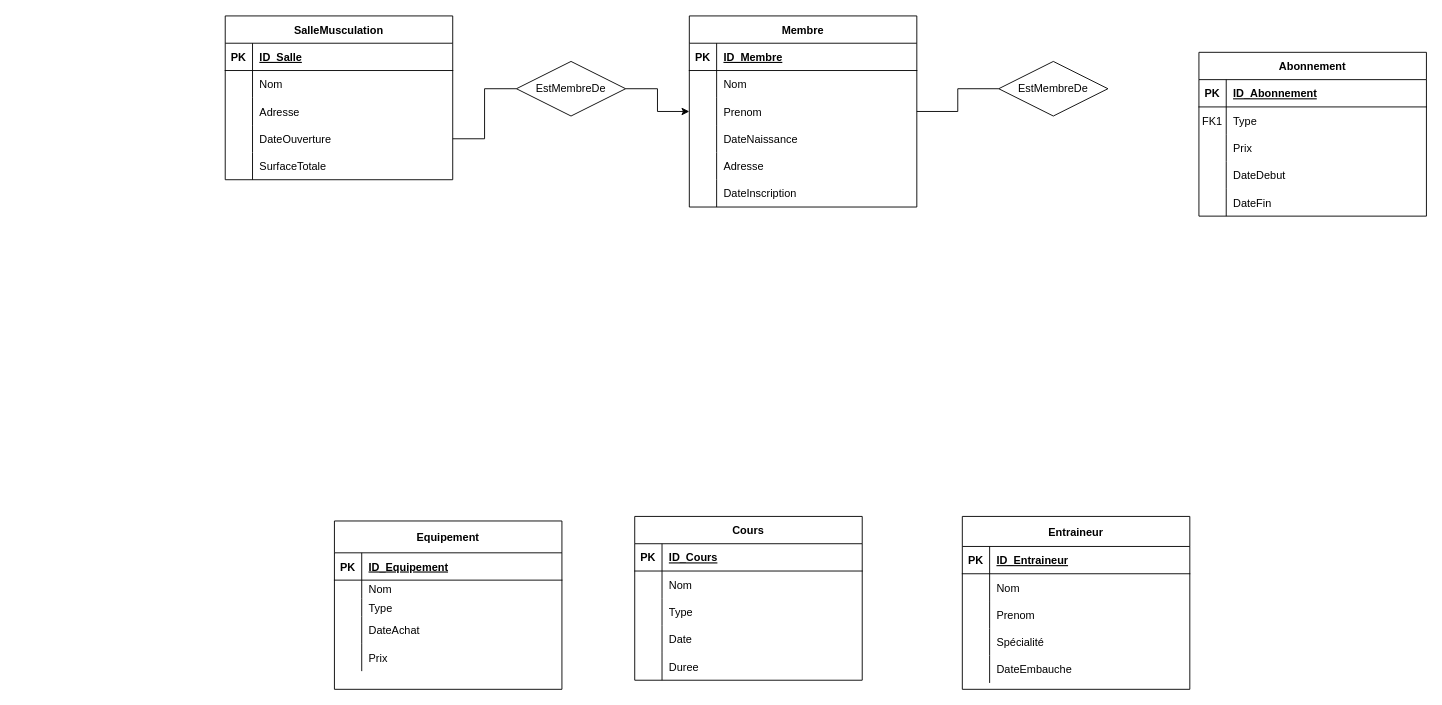
This is SchémaE/R.drawio from uvsqNathanAmoussou/SalleDeMuscuBDD, a draw.io file, before an edit. Source tidied: cells renumbered, new cells numbered last; positions are measured from the earlier drawing's top-left corner, leaving out a move shared by most shapes. Both pictures are drawn from the tidied source at 91%, with x=0, y=0 at pixel (225, 15).
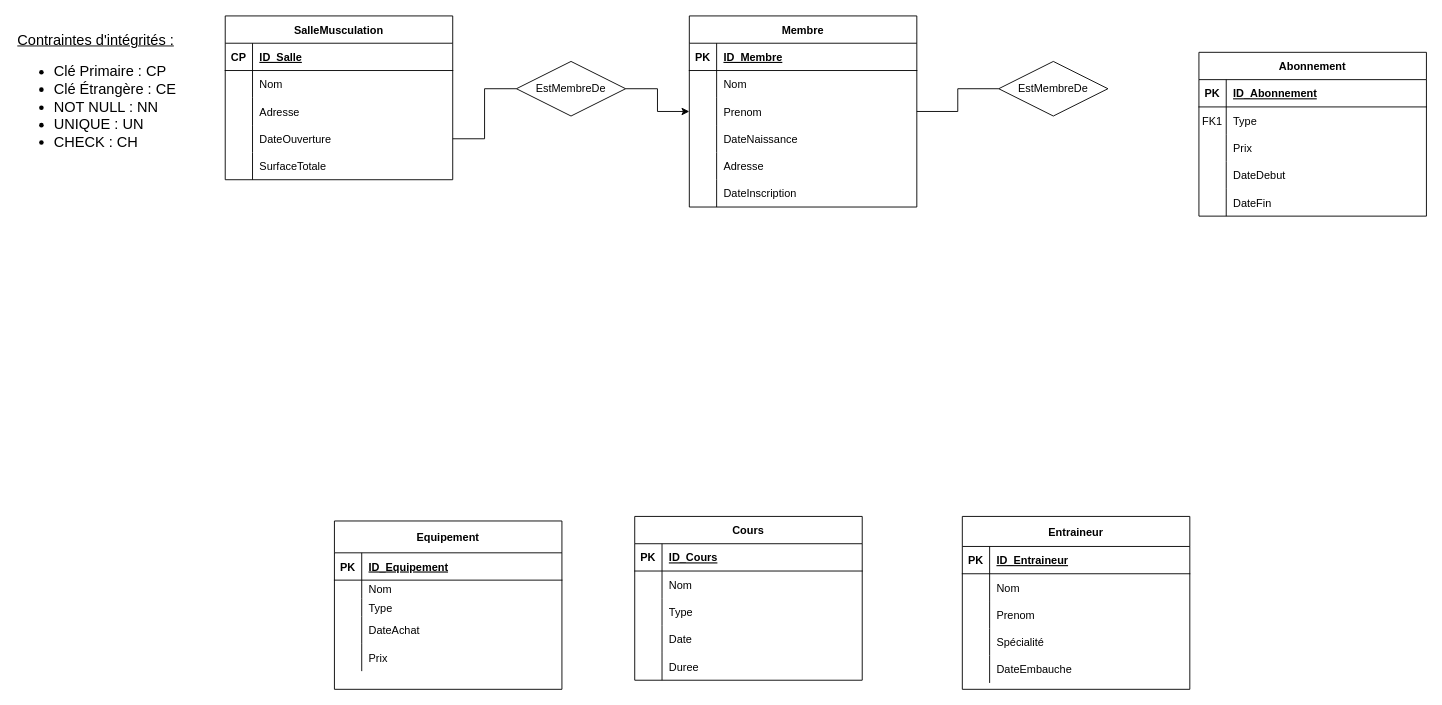
Above is the later version.

Commit message:
Mettre à jour R.drawio

Unchanged cells that the change refers to:
```xml
<mxCell id="38" style="shape=partialRectangle;fillColor=none;top=0;left=0;right=0;bottom=1;" parent="37" vertex="1">
  <mxGeometry y="30" width="250" height="30" as="geometry" />
</mxCell>
```

Diff of the diagram source:
```diff
@@
-    <mxCell id="39" value="PK" style="shape=partialRectangle;overflow=hidden;fillColor=none;top=0;left=0;bottom=0;right=0;fontStyle=1;" parent="38" vertex="1">
+    <mxCell id="39" value="CP" style="shape=partialRectangle;overflow=hidden;fillColor=none;top=0;left=0;bottom=0;right=0;fontStyle=1;" parent="38" vertex="1">
       <mxGeometry width="30" height="30" as="geometry" />
     </mxCell>
@@
+    <mxCell id="106" value="&lt;u&gt;Contraintes d'intégrités :&lt;/u&gt;&lt;br style=&quot;font-size: 16px;&quot;&gt;&lt;ul&gt;&lt;li&gt;Clé Primaire : CP&lt;br&gt;&lt;/li&gt;&lt;li&gt;Clé Étrangère : CE&lt;br&gt;&lt;/li&gt;&lt;li&gt;NOT NULL : NN&lt;br&gt;&lt;/li&gt;&lt;li&gt;UNIQUE : UN&lt;br&gt;&lt;/li&gt;&lt;li&gt;CHECK : CH&lt;br&gt;&lt;/li&gt;&lt;/ul&gt;" style="text;html=1;align=left;verticalAlign=middle;strokeColor=none;fillColor=none;fontSize=16;" parent="1" vertex="1">
+      <mxGeometry x="-230" y="10" width="200" height="160" as="geometry" />
+    </mxCell>
```
